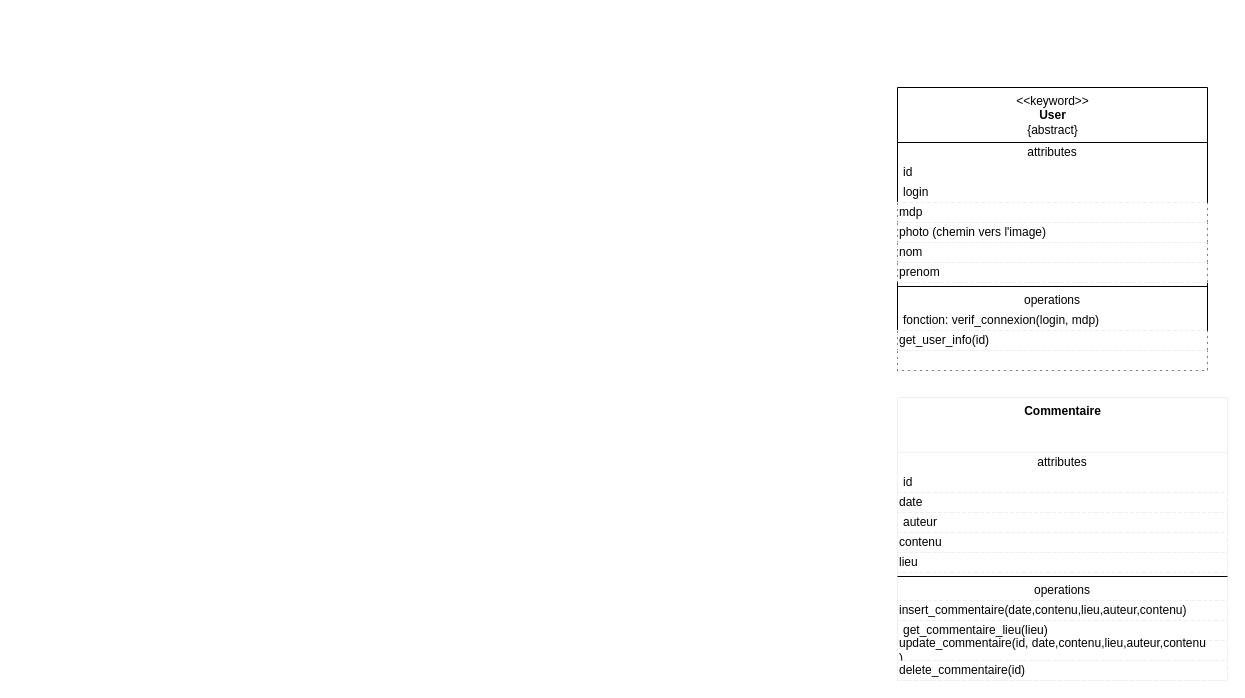
Lison-creator/home_safe keeps this draw.io diagram as class/analyse/analyse.drawio. Above is the earlier version. Source tidied: cells renumbered, new cells numbered last; positions are measured from the earlier drawing's top-left corner, leaving out a move shared by most shapes. Both pictures are drawn from the tidied source at 100%, with x=0, y=0 at pixel (897, 87).
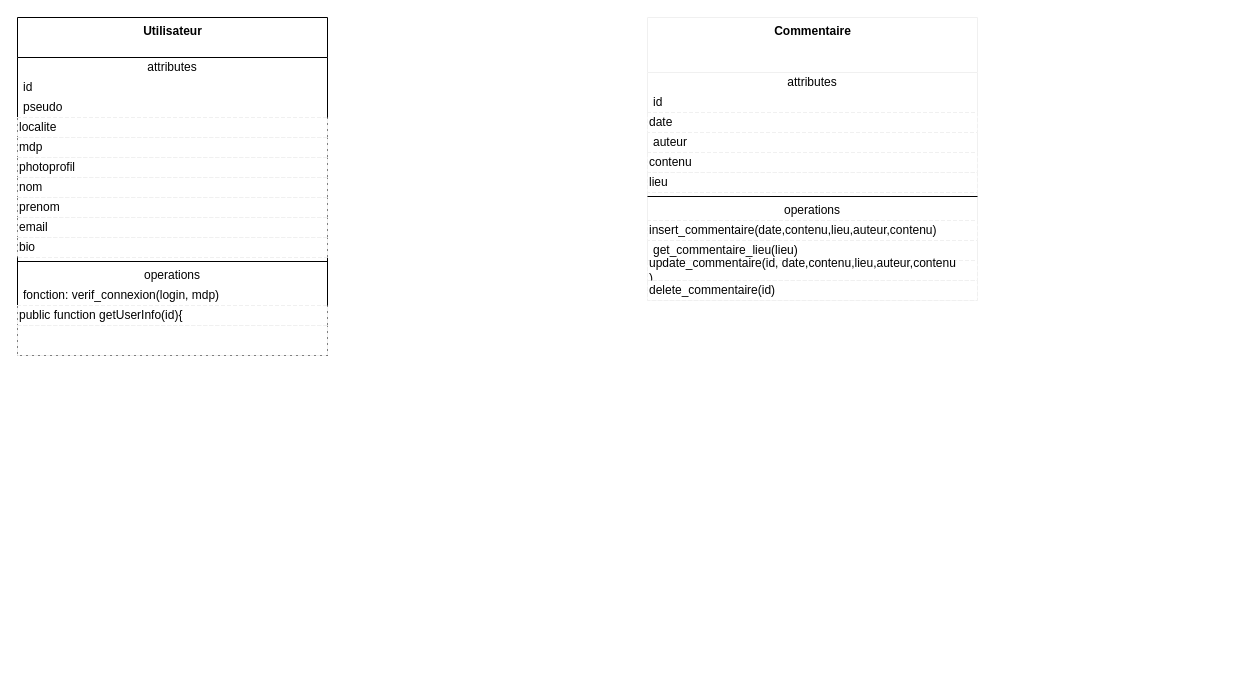
The same page after the edit.

Change to the diagram source:
```diff
@@
-    <mxCell id="2" value="&amp;lt;&amp;lt;keyword&amp;gt;&amp;gt;&lt;br&gt;&lt;b&gt;User&lt;/b&gt;&lt;br&gt;{abstract}" style="swimlane;fontStyle=0;align=center;verticalAlign=top;horizontal=1;startSize=55;html=1;" parent="1" vertex="1">
-      <mxGeometry width="310" height="283" as="geometry" />
+    <mxCell id="2" value="&lt;b&gt;Utilisateur&lt;/b&gt;" style="swimlane;fontStyle=0;align=center;verticalAlign=top;horizontal=1;startSize=40;html=1;" parent="1" vertex="1">
+      <mxGeometry x="-880" y="-70" width="310" height="338" as="geometry" />
     </mxCell>
     <mxCell id="3" value="attributes" style="text;html=1;strokeColor=none;fillColor=none;align=center;verticalAlign=middle;spacingLeft=4;spacingRight=4;overflow=hidden;" parent="2" vertex="1">
-      <mxGeometry y="55" width="310" height="20" as="geometry" />
+      <mxGeometry y="40" width="310" height="20" as="geometry" />
     </mxCell>
     <mxCell id="4" value="id" style="text;html=1;strokeColor=none;fillColor=none;align=left;verticalAlign=middle;spacingLeft=4;spacingRight=4;overflow=hidden;" parent="2" vertex="1">
-      <mxGeometry y="75" width="310" height="20" as="geometry" />
+      <mxGeometry y="60" width="310" height="20" as="geometry" />
     </mxCell>
-    <mxCell id="5" value="login&lt;br&gt;" style="text;html=1;fillColor=none;align=left;verticalAlign=middle;spacingLeft=4;spacingRight=4;overflow=hidden;" parent="2" vertex="1">
-      <mxGeometry y="95" width="310" height="20" as="geometry" />
+    <mxCell id="5" value="pseudo" style="text;html=1;fillColor=none;align=left;verticalAlign=middle;spacingLeft=4;spacingRight=4;overflow=hidden;" parent="2" vertex="1">
+      <mxGeometry y="80" width="310" height="20" as="geometry" />
     </mxCell>
+    <mxCell id="28" value="localite" style="shape=partialRectangle;html=1;top=1;align=left;dashed=1;strokeColor=#f0f0f0;" parent="2" vertex="1">
+      <mxGeometry y="100" width="310" height="20" as="geometry" />
+    </mxCell>
     <mxCell id="6" value="mdp" style="shape=partialRectangle;html=1;top=1;align=left;dashed=1;strokeColor=#f0f0f0;" parent="2" vertex="1">
-      <mxGeometry y="115" width="310" height="20" as="geometry" />
+      <mxGeometry y="120" width="310" height="20" as="geometry" />
     </mxCell>
-    <mxCell id="7" value="photo (chemin vers l'image)" style="shape=partialRectangle;html=1;top=1;align=left;dashed=1;strokeColor=#f0f0f0;" parent="2" vertex="1">
-      <mxGeometry y="135" width="310" height="20" as="geometry" />
+    <mxCell id="7" value="photoprofil" style="shape=partialRectangle;html=1;top=1;align=left;dashed=1;strokeColor=#f0f0f0;" parent="2" vertex="1">
+      <mxGeometry y="140" width="310" height="20" as="geometry" />
     </mxCell>
     <mxCell id="8" value="nom" style="shape=partialRectangle;html=1;top=1;align=left;dashed=1;strokeColor=#f0f0f0;" parent="2" vertex="1">
-      <mxGeometry y="155" width="310" height="20" as="geometry" />
+      <mxGeometry y="160" width="310" height="20" as="geometry" />
     </mxCell>
     <mxCell id="9" value="prenom" style="shape=partialRectangle;html=1;top=1;align=left;dashed=1;strokeColor=#f0f0f0;" parent="2" vertex="1">
-      <mxGeometry y="175" width="310" height="20" as="geometry" />
+      <mxGeometry y="180" width="310" height="20" as="geometry" />
     </mxCell>
+    <mxCell id="29" value="email" style="shape=partialRectangle;html=1;top=1;align=left;dashed=1;strokeColor=#f0f0f0;" parent="2" vertex="1">
+      <mxGeometry y="200" width="310" height="20" as="geometry" />
+    </mxCell>
+    <mxCell id="30" value="bio" style="shape=partialRectangle;html=1;top=1;align=left;dashed=1;strokeColor=#f0f0f0;" parent="2" vertex="1">
+      <mxGeometry y="220" width="310" height="20" as="geometry" />
+    </mxCell>
     <mxCell id="10" style="line;strokeWidth=1;fillColor=none;align=left;verticalAlign=middle;spacingTop=-1;spacingLeft=3;spacingRight=3;labelPosition=right;" parent="2" vertex="1">
-      <mxGeometry y="195" width="310" height="8" as="geometry" />
+      <mxGeometry y="240" width="310" height="8" as="geometry" />
     </mxCell>
     <mxCell id="11" value="operations" style="text;html=1;strokeColor=none;fillColor=none;align=center;verticalAlign=middle;spacingLeft=4;spacingRight=4;overflow=hidden;" parent="2" vertex="1">
-      <mxGeometry y="203" width="310" height="20" as="geometry" />
+      <mxGeometry y="248" width="310" height="20" as="geometry" />
     </mxCell>
     <mxCell id="12" value="fonction: verif_connexion(login, mdp)" style="text;html=1;strokeColor=none;fillColor=none;align=left;verticalAlign=middle;spacingLeft=4;spacingRight=4;overflow=hidden;" parent="2" vertex="1">
-      <mxGeometry y="223" width="310" height="20" as="geometry" />
+      <mxGeometry y="268" width="310" height="20" as="geometry" />
     </mxCell>
-    <mxCell id="13" value="get_user_info(id)" style="shape=partialRectangle;html=1;top=1;align=left;dashed=1;strokeColor=#f0f0f0;" parent="2" vertex="1">
-      <mxGeometry y="243" width="310" height="20" as="geometry" />
+    <mxCell id="13" value="public function getUserInfo(id){&lt;br&gt;" style="shape=partialRectangle;html=1;top=1;align=left;dashed=1;strokeColor=#f0f0f0;" parent="2" vertex="1">
+      <mxGeometry y="288" width="310" height="20" as="geometry" />
     </mxCell>
     <mxCell id="14" style="shape=partialRectangle;html=1;top=1;align=left;dashed=1;strokeColor=#f0f0f0;" parent="2" vertex="1">
-      <mxGeometry y="263" width="310" height="20" as="geometry" />
+      <mxGeometry y="308" width="310" height="30" as="geometry" />
     </mxCell>
     <mxCell id="15" value="&lt;b&gt;Commentaire&lt;/b&gt;" style="swimlane;fontStyle=0;align=center;verticalAlign=top;horizontal=1;startSize=55;html=1;strokeColor=#f0f0f0;" parent="1" vertex="1">
-      <mxGeometry y="310" width="330" height="283" as="geometry" />
+      <mxGeometry x="-250" y="-70" width="330" height="283" as="geometry" />
     </mxCell>
```
